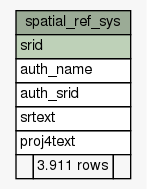
Above: datamodel/schemaspy/diagrams/summary/spatial_ref_sys.1degree.png in B3Partners/brmo (Graphviz), before the change. Its source is kept beside it as datamodel/schemaspy/diagrams/summary/spatial_ref_sys.1degree.dot. The source it was exported from:
```dot
digraph "spatial_ref_sys" {
  graph [
    rankdir="RL"
    bgcolor="#f7f7f7"
    nodesep="0.18"
    ranksep="0.46"
    fontname="Helvetica"
    fontsize="11"
  ];
  node [
    fontname="Helvetica"
    fontsize="11"
    shape="plaintext"
  ];
  edge [
    arrowsize="0.8"
  ];
  "spatial_ref_sys" [
    label=<
    <TABLE BORDER="0" CELLBORDER="1" CELLSPACING="0" BGCOLOR="#ffffff">
      <TR><TD COLSPAN="3" BGCOLOR="#9bab96" ALIGN="CENTER">spatial_ref_sys</TD></TR>
      <TR><TD PORT="srid" COLSPAN="3" BGCOLOR="#bed1b8" ALIGN="LEFT">srid</TD></TR>
      <TR><TD PORT="auth_name" COLSPAN="3" ALIGN="LEFT">auth_name</TD></TR>
      <TR><TD PORT="auth_srid" COLSPAN="3" ALIGN="LEFT">auth_srid</TD></TR>
      <TR><TD PORT="srtext" COLSPAN="3" ALIGN="LEFT">srtext</TD></TR>
      <TR><TD PORT="proj4text" COLSPAN="3" ALIGN="LEFT">proj4text</TD></TR>
      <TR><TD ALIGN="LEFT" BGCOLOR="#f7f7f7">  </TD><TD ALIGN="RIGHT" BGCOLOR="#f7f7f7">3.911 rows</TD><TD ALIGN="RIGHT" BGCOLOR="#f7f7f7">  </TD></TR>
    </TABLE>>
    URL="tables/spatial_ref_sys.html"
    tooltip="spatial_ref_sys"
  ];
}
```
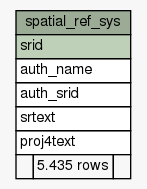
Above is the later version.

Diff of the diagram source:
```diff
@@ -24,7 +24,7 @@
       <TR><TD PORT="auth_srid" COLSPAN="3" ALIGN="LEFT">auth_srid</TD></TR>
       <TR><TD PORT="srtext" COLSPAN="3" ALIGN="LEFT">srtext</TD></TR>
       <TR><TD PORT="proj4text" COLSPAN="3" ALIGN="LEFT">proj4text</TD></TR>
-      <TR><TD ALIGN="LEFT" BGCOLOR="#f7f7f7">  </TD><TD ALIGN="RIGHT" BGCOLOR="#f7f7f7">3.911 rows</TD><TD ALIGN="RIGHT" BGCOLOR="#f7f7f7">  </TD></TR>
+      <TR><TD ALIGN="LEFT" BGCOLOR="#f7f7f7">  </TD><TD ALIGN="RIGHT" BGCOLOR="#f7f7f7">5.435 rows</TD><TD ALIGN="RIGHT" BGCOLOR="#f7f7f7">  </TD></TR>
     </TABLE>>
     URL="tables/spatial_ref_sys.html"
     tooltip="spatial_ref_sys"
```
